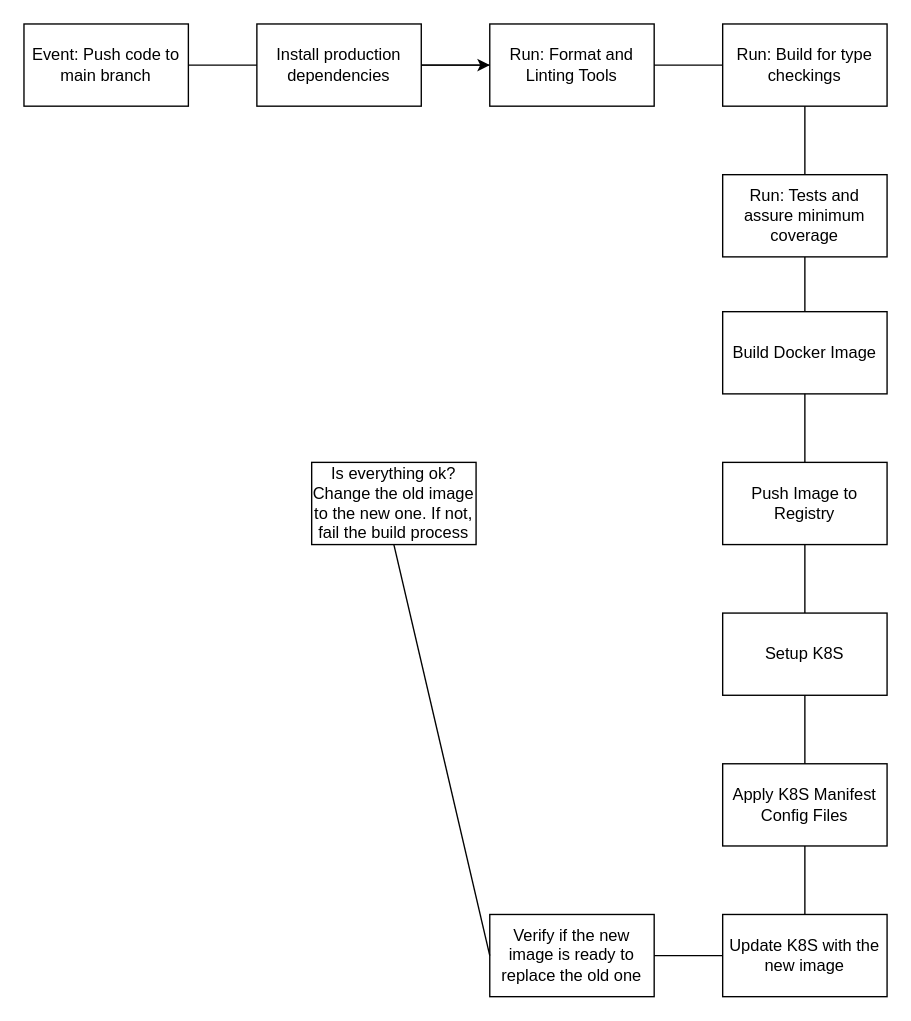
The draw.io diagram 5.ci-cd/ci-cd-process.drawio in flipmorsch/ab-inbev-design-system, before the edit. Source tidied: cells renumbered, new cells numbered last; positions are measured from the earlier drawing's top-left corner, leaving out a move shared by most shapes. Both pictures are drawn from the tidied source at 137%, with x=0, y=0 at pixel (23, 23).
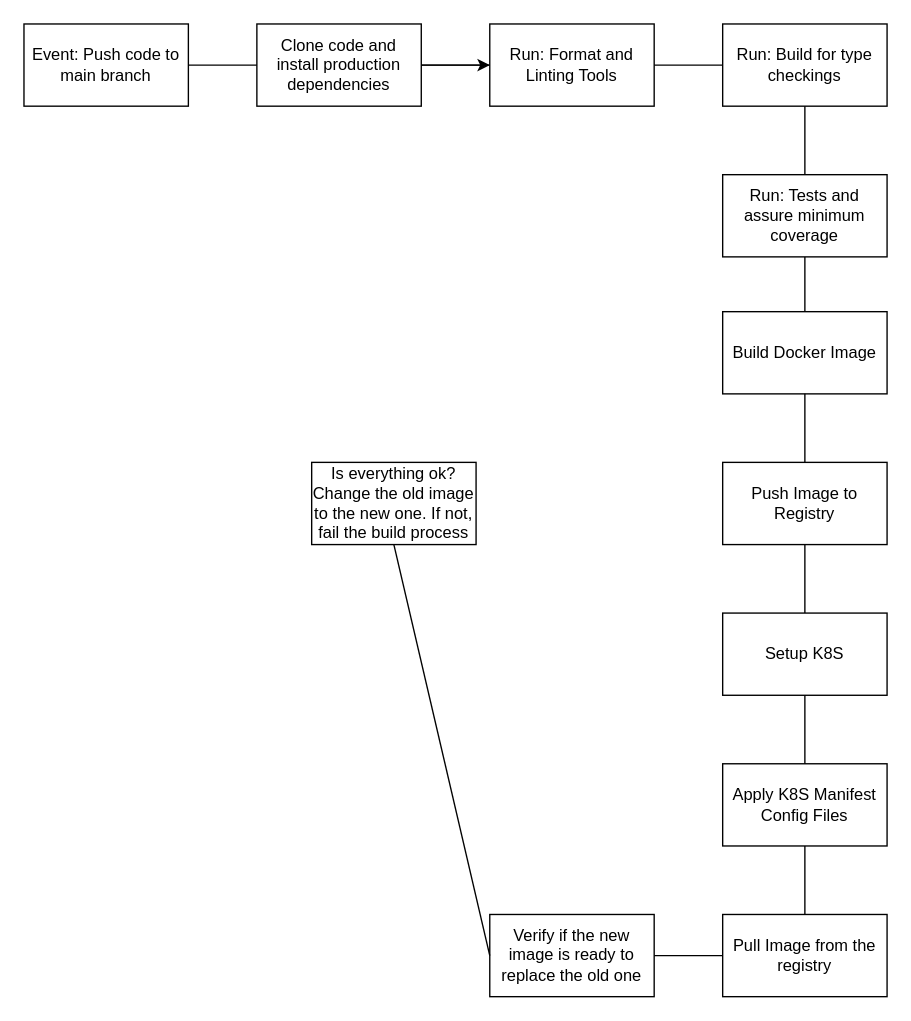
The same diagram, later.

Commit message (it also covers changes not shown here):
enhance ci-cd process description

Diff of the diagram source:
```diff
@@
-    <mxCell id="4" value="Install production dependencies" style="rounded=0;whiteSpace=wrap;html=1;" parent="1" vertex="1">
+    <mxCell id="4" value="Clone code and install production dependencies" style="rounded=0;whiteSpace=wrap;html=1;" parent="1" vertex="1">
       <mxGeometry x="170" width="120" height="60" as="geometry" />
     </mxCell>
@@
-    <mxCell id="19" value="Update K8S with the new image" style="rounded=0;whiteSpace=wrap;html=1;" parent="1" vertex="1">
+    <mxCell id="19" value="Pull Image from the registry" style="rounded=0;whiteSpace=wrap;html=1;" parent="1" vertex="1">
       <mxGeometry x="510" y="650" width="120" height="60" as="geometry" />
     </mxCell>
```
